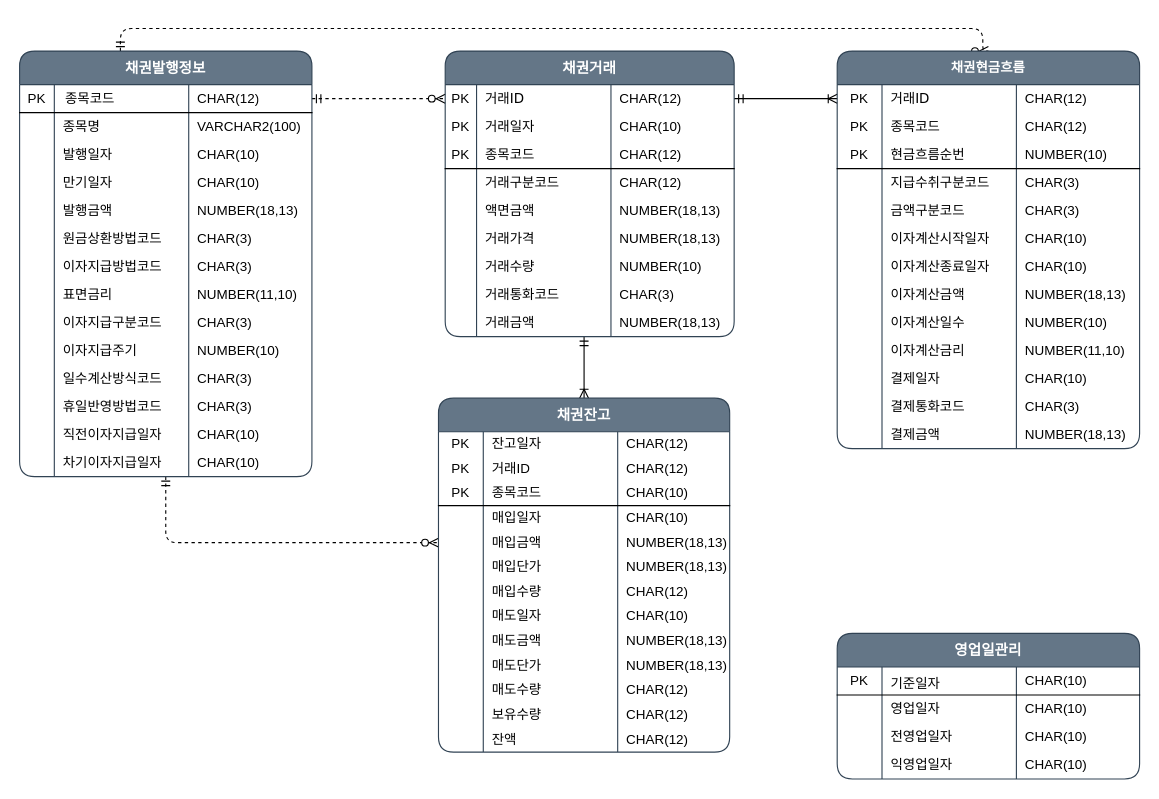
uuuuu-g/PurchaseBond keeps this draw.io diagram as 제목 없는 다이어그램.drawio. Above is the earlier version. Source tidied: cells renumbered, new cells numbered last; positions are measured from the earlier drawing's top-left corner, leaving out a move shared by most shapes. Both pictures are drawn from the tidied source at 112%, with x=0, y=0 at pixel (19, 28).
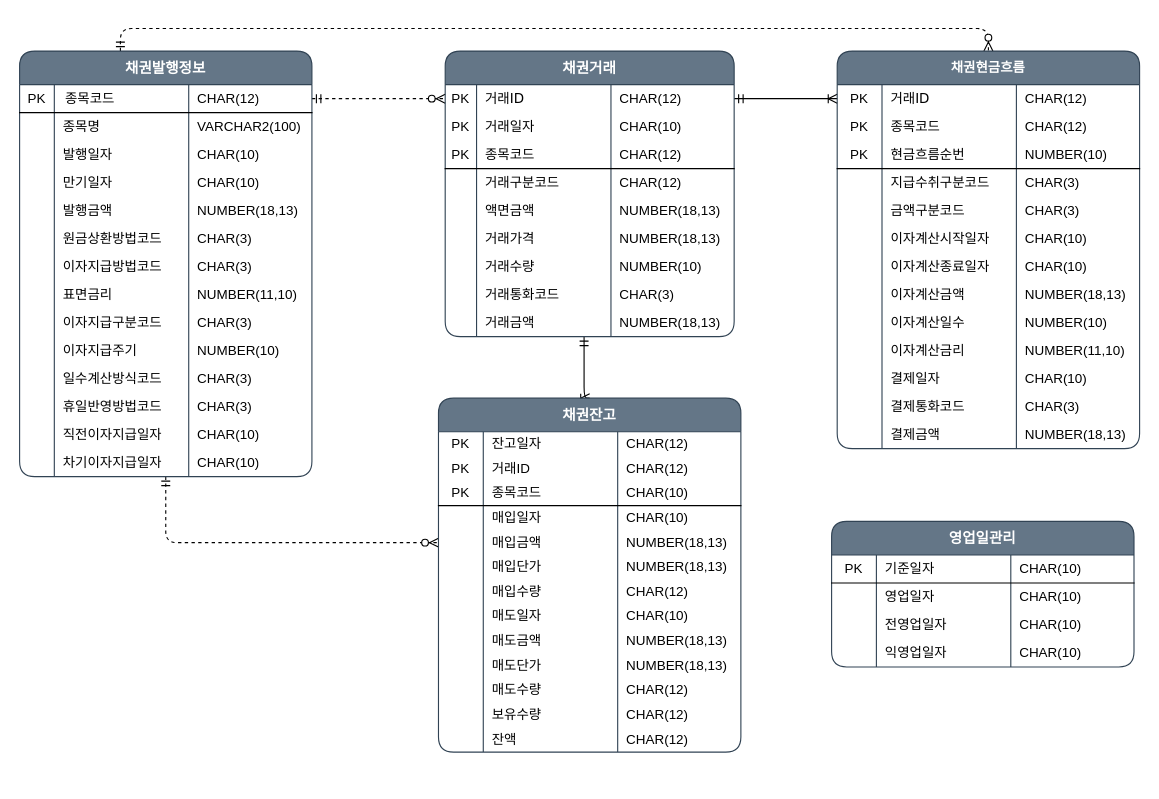
After the change.

Commit message:
제목 없는 다이어그램.drawio 업데이트

The change refers to these unchanged cells:
```xml
<mxCell id="154" value="&lt;div style=&quot;text-align: left; font-size: 12px;&quot;&gt;&lt;span style=&quot;font-size: 12px;&quot;&gt;채권현금흐름&lt;/span&gt;&lt;/div&gt;" style="shape=table;html=1;whiteSpace=wrap;startSize=30;childLayout=tableLayout;rowLines=0;fontStyle=1;align=center;fontSize=12;fillColor=#647687;strokeColor=#314354;fontColor=#ffffff;rounded=1;shadow=0;sketch=0;fontFamily=Helvetica;" parent="1" vertex="1">
  <mxGeometry x="730" y="20.1" width="270" height="355" as="geometry" />
</mxCell>
<mxCell id="208" style="shape=partialRectangle;html=1;whiteSpace=wrap;fillColor=none;top=0;left=0;bottom=1;right=0;fontSize=12;" parent="207" vertex="1">
  <mxGeometry y="30" width="270" height="25" as="geometry" />
</mxCell>
```

What changed in the source:
```diff
@@
     <mxCell id="4" style="edgeStyle=orthogonalEdgeStyle;html=1;dashed=1;labelBackgroundColor=none;startArrow=ERmandOne;endArrow=ERzeroToMany;fontFamily=Verdana;fontSize=12;align=left;exitX=0.5;exitY=0;exitDx=0;exitDy=0;endFill=1;entryX=0.5;entryY=0;entryDx=0;entryDy=0;" parent="1" edge="1" target="154">
       <mxGeometry relative="1" as="geometry">
         <mxPoint x="90" y="20.1" as="sourcePoint" />
         <Array as="points">
           <mxPoint x="90" />
-          <mxPoint x="860" />
+          <mxPoint x="865" />
         </Array>
       </mxGeometry>
     </mxCell>
@@
     <mxCell id="101" value="&lt;div style=&quot;text-align: left&quot;&gt;&lt;font style=&quot;font-size: 13px&quot;&gt;채권잔고&lt;/font&gt;&lt;/div&gt;" style="shape=table;html=1;whiteSpace=wrap;startSize=30;childLayout=tableLayout;rowLines=0;fontStyle=1;align=center;fontSize=12;fillColor=#647687;strokeColor=#314354;fontColor=#ffffff;rounded=1;shadow=0;sketch=0;fontFamily=Helvetica;" parent="1" vertex="1">
-      <mxGeometry x="374" y="330" width="260" height="316" as="geometry" />
+      <mxGeometry x="374" y="330" width="270" height="316" as="geometry" />
     </mxCell>
     <mxCell id="102" style="shape=partialRectangle;html=1;whiteSpace=wrap;fillColor=none;top=0;left=0;bottom=1;right=0;strokeColor=none;fontSize=12;" parent="101" vertex="1">
-      <mxGeometry y="30" width="260" height="22" as="geometry" />
+      <mxGeometry y="30" width="270" height="22" as="geometry" />
     </mxCell>
@@
     <mxCell id="105" value="&lt;span style=&quot;font-size: 12px;&quot;&gt;CHAR(12)&lt;/span&gt;" style="shape=partialRectangle;html=1;whiteSpace=wrap;fillColor=none;top=0;left=0;bottom=0;right=0;align=left;spacingLeft=6;overflow=hidden;fontSize=12;strokeColor=none;" parent="102" vertex="1">
-      <mxGeometry x="160" width="100" height="22" as="geometry" />
+      <mxGeometry x="160" width="110" height="22" as="geometry" />
     </mxCell>
     <mxCell id="106" style="shape=partialRectangle;html=1;whiteSpace=wrap;fillColor=none;top=0;left=0;bottom=1;right=0;strokeColor=none;fontSize=12;" parent="101" vertex="1">
-      <mxGeometry y="52" width="260" height="22" as="geometry" />
+      <mxGeometry y="52" width="270" height="22" as="geometry" />
     </mxCell>
@@
     <mxCell id="109" value="&lt;span style=&quot;font-size: 12px;&quot;&gt;CHAR(12)&lt;/span&gt;" style="shape=partialRectangle;html=1;whiteSpace=wrap;fillColor=none;top=0;left=0;bottom=0;right=0;align=left;spacingLeft=6;overflow=hidden;fontSize=12;strokeColor=none;" parent="106" vertex="1">
-      <mxGeometry x="160" width="100" height="22" as="geometry" />
+      <mxGeometry x="160" width="110" height="22" as="geometry" />
     </mxCell>
     <mxCell id="110" style="shape=partialRectangle;html=1;whiteSpace=wrap;fillColor=none;top=0;left=0;bottom=1;right=0;fontSize=12;" parent="101" vertex="1">
-      <mxGeometry y="74" width="260" height="22" as="geometry" />
+      <mxGeometry y="74" width="270" height="22" as="geometry" />
     </mxCell>
@@
     <mxCell id="113" value="CHAR(10)" style="shape=partialRectangle;html=1;whiteSpace=wrap;fillColor=none;top=0;left=0;bottom=0;right=0;align=left;spacingLeft=6;overflow=hidden;fontSize=12;strokeColor=none;" parent="110" vertex="1">
-      <mxGeometry x="160" width="100" height="22" as="geometry" />
+      <mxGeometry x="160" width="110" height="22" as="geometry" />
     </mxCell>
     <mxCell id="114" style="shape=partialRectangle;html=1;whiteSpace=wrap;fillColor=none;top=0;left=0;bottom=0;right=0;fontSize=12;" parent="101" vertex="1">
-      <mxGeometry y="96" width="260" height="22" as="geometry" />
+      <mxGeometry y="96" width="270" height="22" as="geometry" />
     </mxCell>
@@
     <mxCell id="117" value="CHAR(10)" style="shape=partialRectangle;html=1;whiteSpace=wrap;fillColor=none;top=0;left=0;bottom=0;right=0;align=left;spacingLeft=6;overflow=hidden;fontSize=12;" parent="114" vertex="1">
-      <mxGeometry x="160" width="100" height="22" as="geometry" />
+      <mxGeometry x="160" width="110" height="22" as="geometry" />
     </mxCell>
     <mxCell id="118" style="shape=partialRectangle;html=1;whiteSpace=wrap;fillColor=none;top=0;left=0;bottom=0;right=0;points=[[0,0.5],[1,0.5]];portConstraint=eastwest;fontSize=12;" parent="101" vertex="1">
-      <mxGeometry y="118" width="260" height="22" as="geometry" />
+      <mxGeometry y="118" width="270" height="22" as="geometry" />
     </mxCell>
@@
     <mxCell id="121" value="NUMBER(18,13)" style="shape=partialRectangle;html=1;whiteSpace=wrap;fillColor=none;top=0;left=0;bottom=0;right=0;align=left;spacingLeft=6;overflow=hidden;fontSize=12;" parent="118" vertex="1">
-      <mxGeometry x="160" width="100" height="22" as="geometry" />
+      <mxGeometry x="160" width="110" height="22" as="geometry" />
     </mxCell>
     <mxCell id="122" style="shape=partialRectangle;html=1;whiteSpace=wrap;fillColor=none;top=0;left=0;bottom=0;right=0;fontSize=12;" parent="101" vertex="1">
-      <mxGeometry y="140" width="260" height="22" as="geometry" />
+      <mxGeometry y="140" width="270" height="22" as="geometry" />
     </mxCell>
@@
     <mxCell id="125" value="NUMBER(18,13)" style="shape=partialRectangle;html=1;whiteSpace=wrap;fillColor=none;top=0;left=0;bottom=0;right=0;align=left;spacingLeft=6;overflow=hidden;fontSize=12;" parent="122" vertex="1">
-      <mxGeometry x="160" width="100" height="22" as="geometry" />
+      <mxGeometry x="160" width="110" height="22" as="geometry" />
     </mxCell>
     <mxCell id="126" style="shape=partialRectangle;html=1;whiteSpace=wrap;fillColor=none;top=0;left=0;bottom=0;right=0;fontSize=12;" parent="101" vertex="1">
-      <mxGeometry y="162" width="260" height="22" as="geometry" />
+      <mxGeometry y="162" width="270" height="22" as="geometry" />
     </mxCell>
@@
     <mxCell id="129" value="&lt;span style=&quot;font-size: 12px;&quot;&gt;CHAR(12)&lt;/span&gt;" style="shape=partialRectangle;html=1;whiteSpace=wrap;fillColor=none;top=0;left=0;bottom=0;right=0;align=left;spacingLeft=6;overflow=hidden;fontSize=12;" parent="126" vertex="1">
-      <mxGeometry x="160" width="100" height="22" as="geometry" />
+      <mxGeometry x="160" width="110" height="22" as="geometry" />
     </mxCell>
     <mxCell id="130" style="shape=partialRectangle;html=1;whiteSpace=wrap;fillColor=none;top=0;left=0;bottom=0;right=0;fontSize=12;" parent="101" vertex="1">
-      <mxGeometry y="184" width="260" height="22" as="geometry" />
+      <mxGeometry y="184" width="270" height="22" as="geometry" />
     </mxCell>
@@
     <mxCell id="133" value="CHAR(10)" style="shape=partialRectangle;html=1;whiteSpace=wrap;fillColor=none;top=0;left=0;bottom=0;right=0;align=left;spacingLeft=6;overflow=hidden;fontSize=12;" parent="130" vertex="1">
-      <mxGeometry x="160" width="100" height="22" as="geometry" />
+      <mxGeometry x="160" width="110" height="22" as="geometry" />
     </mxCell>
     <mxCell id="134" style="shape=partialRectangle;html=1;whiteSpace=wrap;fillColor=none;top=0;left=0;bottom=0;right=0;fontSize=12;" parent="101" vertex="1">
-      <mxGeometry y="206" width="260" height="22" as="geometry" />
+      <mxGeometry y="206" width="270" height="22" as="geometry" />
     </mxCell>
@@
     <mxCell id="137" value="NUMBER(18,13)" style="shape=partialRectangle;html=1;whiteSpace=wrap;fillColor=none;top=0;left=0;bottom=0;right=0;align=left;spacingLeft=6;overflow=hidden;fontSize=12;" parent="134" vertex="1">
-      <mxGeometry x="160" width="100" height="22" as="geometry" />
+      <mxGeometry x="160" width="110" height="22" as="geometry" />
     </mxCell>
     <mxCell id="138" style="shape=partialRectangle;html=1;whiteSpace=wrap;fillColor=none;top=0;left=0;bottom=0;right=0;fontSize=12;" parent="101" vertex="1">
-      <mxGeometry y="228" width="260" height="22" as="geometry" />
+      <mxGeometry y="228" width="270" height="22" as="geometry" />
     </mxCell>
@@
     <mxCell id="141" value="NUMBER(18,13)" style="shape=partialRectangle;html=1;whiteSpace=wrap;fillColor=none;top=0;left=0;bottom=0;right=0;align=left;spacingLeft=6;overflow=hidden;fontSize=12;" parent="138" vertex="1">
-      <mxGeometry x="160" width="100" height="22" as="geometry" />
+      <mxGeometry x="160" width="110" height="22" as="geometry" />
     </mxCell>
     <mxCell id="142" style="shape=partialRectangle;html=1;whiteSpace=wrap;fillColor=none;top=0;left=0;bottom=0;right=0;fontSize=12;" parent="101" vertex="1">
-      <mxGeometry y="250" width="260" height="22" as="geometry" />
+      <mxGeometry y="250" width="270" height="22" as="geometry" />
     </mxCell>
@@
     <mxCell id="145" value="&lt;span style=&quot;font-size: 12px;&quot;&gt;CHAR(12)&lt;/span&gt;" style="shape=partialRectangle;html=1;whiteSpace=wrap;fillColor=none;top=0;left=0;bottom=0;right=0;align=left;spacingLeft=6;overflow=hidden;fontSize=12;" parent="142" vertex="1">
-      <mxGeometry x="160" width="100" height="22" as="geometry" />
+      <mxGeometry x="160" width="110" height="22" as="geometry" />
     </mxCell>
     <mxCell id="146" style="shape=partialRectangle;html=1;whiteSpace=wrap;fillColor=none;top=0;left=0;bottom=0;right=0;fontSize=12;" parent="101" vertex="1">
-      <mxGeometry y="272" width="260" height="22" as="geometry" />
+      <mxGeometry y="272" width="270" height="22" as="geometry" />
     </mxCell>
@@
     <mxCell id="149" value="&lt;span style=&quot;font-size: 12px;&quot;&gt;CHAR(12)&lt;/span&gt;" style="shape=partialRectangle;html=1;whiteSpace=wrap;fillColor=none;top=0;left=0;bottom=0;right=0;align=left;spacingLeft=6;overflow=hidden;fontSize=12;" parent="146" vertex="1">
-      <mxGeometry x="160" width="100" height="22" as="geometry" />
+      <mxGeometry x="160" width="110" height="22" as="geometry" />
     </mxCell>
     <mxCell id="150" style="shape=partialRectangle;html=1;whiteSpace=wrap;fillColor=none;top=0;left=0;bottom=0;right=0;fontSize=12;" parent="101" vertex="1">
-      <mxGeometry y="294" width="260" height="22" as="geometry" />
+      <mxGeometry y="294" width="270" height="22" as="geometry" />
     </mxCell>
@@
     <mxCell id="153" value="&lt;span style=&quot;font-size: 12px;&quot;&gt;CHAR(12)&lt;/span&gt;" style="shape=partialRectangle;html=1;whiteSpace=wrap;fillColor=none;top=0;left=0;bottom=0;right=0;align=left;spacingLeft=6;overflow=hidden;fontSize=12;" parent="150" vertex="1">
-      <mxGeometry x="160" width="100" height="22" as="geometry" />
+      <mxGeometry x="160" width="110" height="22" as="geometry" />
     </mxCell>
@@
     <mxCell id="207" value="&lt;b style=&quot;text-align: left&quot;&gt;&lt;font style=&quot;font-size: 13px&quot;&gt;영업일관리&lt;/font&gt;&lt;/b&gt;" style="shape=table;html=1;whiteSpace=wrap;startSize=30;childLayout=tableLayout;rowLines=0;fontStyle=1;align=center;fontSize=12;fillColor=#647687;strokeColor=#314354;fontColor=#ffffff;rounded=1;shadow=0;sketch=0;fontFamily=Helvetica;" parent="1" vertex="1">
-      <mxGeometry x="730" y="540" width="270" height="130" as="geometry" />
+      <mxGeometry x="725" y="440" width="270" height="130" as="geometry" />
     </mxCell>
@@
-    <mxCell id="210" value="&lt;table cellpadding=&quot;2&quot; cellspacing=&quot;0&quot; style=&quot;font-family: verdana; font-size: 12px; width: 180px;&quot;&gt;&lt;tbody style=&quot;font-size: 12px;&quot;&gt;&lt;tr style=&quot;font-size: 12px;&quot;&gt;&lt;td style=&quot;font-size: 12px;&quot;&gt;&lt;/td&gt;&lt;/tr&gt;&lt;/tbody&gt;&lt;/table&gt;&lt;font face=&quot;verdana&quot; style=&quot;font-size: 12px;&quot;&gt;기준일자&lt;/font&gt;" style="shape=partialRectangle;html=1;whiteSpace=wrap;fillColor=none;top=0;left=0;bottom=0;right=0;align=left;spacingLeft=6;overflow=hidden;fontSize=12;" parent="208" vertex="1">
+    <mxCell id="210" value="&lt;font face=&quot;verdana&quot;&gt;기준일자&lt;/font&gt;" style="shape=partialRectangle;html=1;whiteSpace=wrap;fillColor=none;top=0;left=0;bottom=0;right=0;align=left;spacingLeft=6;overflow=hidden;fontSize=12;" parent="208" vertex="1">
       <mxGeometry x="40" width="120" height="25" as="geometry" />
     </mxCell>
```
